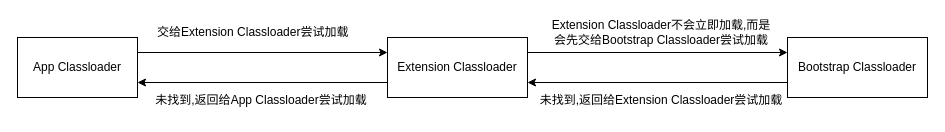
The draw.io diagram Java Classloader加载机制.drawio in fasnow/drawstore, before the edit. Source tidied: cells renumbered, new cells numbered last; positions are measured from the earlier drawing's top-left corner, leaving out a move shared by most shapes. Both pictures are drawn from the tidied source at 100%, with x=0, y=0 at pixel (17, 17).
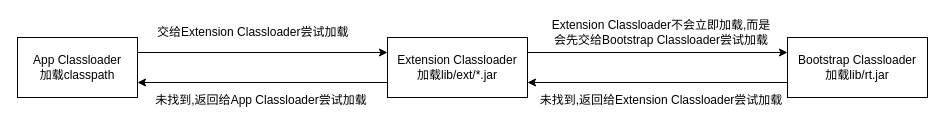
After the change.

Commit message:
更新Java Classloader加载机制.drawio

What changed in the source:
```diff
@@
 <mxGraphModel>
   <root>
     <mxCell id="0" />
     <mxCell id="1" parent="0" />
     <mxCell id="2" style="edgeStyle=orthogonalEdgeStyle;rounded=0;jettySize=auto;html=1;exitX=1;exitY=0.25;exitDx=0;exitDy=0;entryX=0;entryY=0.25;entryDx=0;entryDy=0;" parent="1" edge="1" source="3" target="6">
       <mxGeometry relative="1" as="geometry" />
     </mxCell>
-    <mxCell id="3" value="App Classloader" style="rounded=0;whiteSpace=wrap;html=1;" parent="1" vertex="1">
+    <mxCell id="3" value="App Classloader&lt;br&gt;加载classpath" style="rounded=0;whiteSpace=wrap;html=1;" parent="1" vertex="1">
       <mxGeometry y="20" width="120" height="60" as="geometry" />
     </mxCell>
     <mxCell id="4" style="edgeStyle=orthogonalEdgeStyle;rounded=0;jettySize=auto;html=1;exitX=1;exitY=0.25;exitDx=0;exitDy=0;entryX=0;entryY=0.25;entryDx=0;entryDy=0;" parent="1" edge="1" source="6" target="8">
       <mxGeometry relative="1" as="geometry" />
     </mxCell>
     <mxCell id="5" style="edgeStyle=orthogonalEdgeStyle;rounded=0;jettySize=auto;html=1;exitX=0;exitY=0.75;exitDx=0;exitDy=0;entryX=1;entryY=0.75;entryDx=0;entryDy=0;" parent="1" edge="1" source="6" target="3">
       <mxGeometry relative="1" as="geometry" />
     </mxCell>
-    <mxCell id="6" value="Extension Classloader" style="rounded=0;whiteSpace=wrap;html=1;" parent="1" vertex="1">
+    <mxCell id="6" value="Extension Classloader&lt;br&gt;加载lib/ext/*.jar" style="rounded=0;whiteSpace=wrap;html=1;" parent="1" vertex="1">
       <mxGeometry x="370" y="20" width="140" height="60" as="geometry" />
     </mxCell>
     <mxCell id="7" style="edgeStyle=orthogonalEdgeStyle;rounded=0;jettySize=auto;html=1;exitX=0;exitY=0.75;exitDx=0;exitDy=0;entryX=1;entryY=0.75;entryDx=0;entryDy=0;" parent="1" edge="1" source="8" target="6">
       <mxGeometry relative="1" as="geometry" />
     </mxCell>
-    <mxCell id="8" value="Bootstrap Classloader" style="rounded=0;whiteSpace=wrap;html=1;" parent="1" vertex="1">
+    <mxCell id="8" value="Bootstrap Classloader&lt;br&gt;加载lib/rt.jar" style="rounded=0;whiteSpace=wrap;html=1;" parent="1" vertex="1">
       <mxGeometry x="770" y="20" width="140" height="60" as="geometry" />
     </mxCell>
     <mxCell id="9" value="交给&lt;span style=&quot;text-wrap: wrap;&quot;&gt;Extension Classloader尝试加载&lt;/span&gt;" style="text;html=1;strokeColor=none;fillColor=none;w=2000;fixedWidth=0;imageVerticalAlign=middle;align=left;verticalAlign=middle;labelPosition=center;verticalLabelPosition=middle;horizontal=1;imageAspect=1;overflow=width;" parent="1" vertex="1">
       <mxGeometry x="140" width="200" height="30" as="geometry" />
     </mxCell>
     <mxCell id="10" value="&lt;span style=&quot;text-align: left; text-wrap: wrap;&quot;&gt;Extension Classloader不会立即加载,而是会先交给&lt;/span&gt;&lt;span style=&quot;text-align: left; text-wrap: wrap;&quot;&gt;Bootstrap Classloader尝试加载&lt;/span&gt;" style="text;html=1;align=center;verticalAlign=middle;strokeColor=none;fillColor=none;overflow=width;" parent="1" vertex="1">
       <mxGeometry x="530" width="230" height="30" as="geometry" />
     </mxCell>
     <mxCell id="11" value="&lt;span style=&quot;text-wrap: wrap;&quot;&gt;未找到,返回给&lt;/span&gt;&lt;span style=&quot;text-wrap: wrap;&quot;&gt;Extension Classloader尝试加载&lt;/span&gt;" style="text;html=1;align=center;verticalAlign=middle;strokeColor=none;fillColor=none;overflow=width;" parent="1" vertex="1">
       <mxGeometry x="510" y="68" width="270" height="30" as="geometry" />
     </mxCell>
     <mxCell id="12" value="&lt;span style=&quot;text-wrap: wrap;&quot;&gt;未找到,返回给&lt;/span&gt;&lt;span style=&quot;text-wrap: wrap;&quot;&gt;App Classloader&lt;/span&gt;&lt;span style=&quot;text-wrap: wrap;&quot;&gt;尝试加载&lt;/span&gt;" style="text;html=1;align=center;verticalAlign=middle;strokeColor=none;fillColor=none;overflow=width;" parent="1" vertex="1">
       <mxGeometry x="130" y="68" width="230" height="30" as="geometry" />
     </mxCell>
   </root>
 </mxGraphModel>
```
